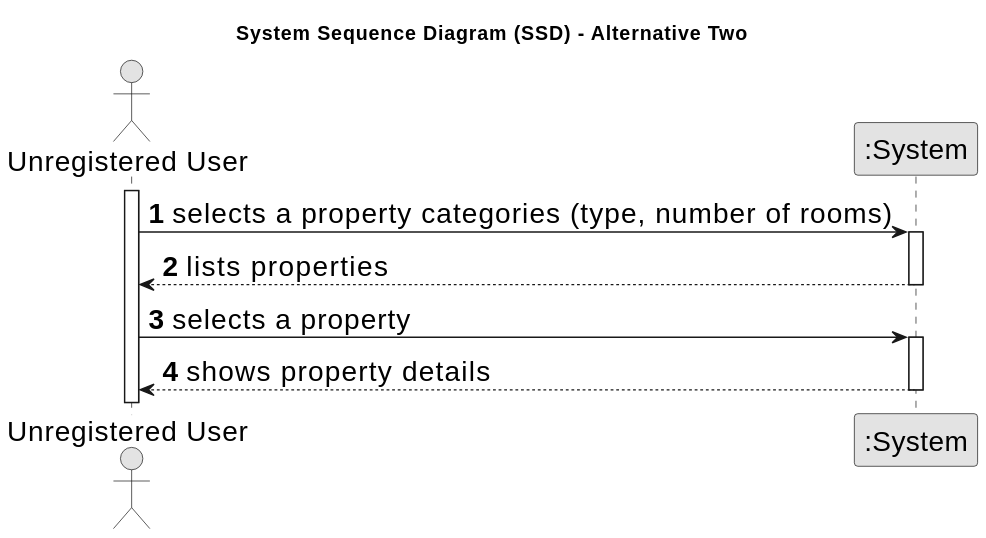
This is docs/sprintA/us001/01.requirements-engineering/svg/us001-system-sequence-diagram-alternative-two.svg from Goncalves2525/real-estate-management-system, a PlantUML export, as it was before one commit. Source of this version:
```plantuml
@startuml
skinparamlocked defaultFontSize 20
skinparam monochrome true
skinparam packageStyle rectangle
skinparam shadowing false

title System Sequence Diagram (SSD) - Alternative Two

autonumber

actor "Unregistered User" as User
participant ":System" as System

activate User

    User -> System : selects a property categories (type, number of rooms)
    activate System

        System --> User : lists properties
    deactivate System


    User -> System : selects a property
    activate System

        System --> User : shows property details
    deactivate System
@enduml
```
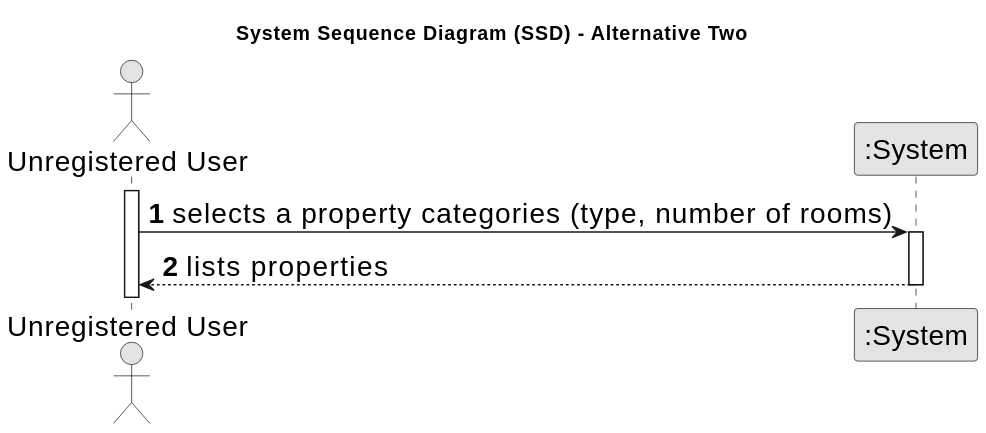
The same diagram one commit later.

What changed in the source:
```diff
@@ -18,11 +18,4 @@
 
         System --> User : lists properties
     deactivate System
-
-
-    User -> System : selects a property
-    activate System
-
-        System --> User : shows property details
-    deactivate System
 @enduml
```
